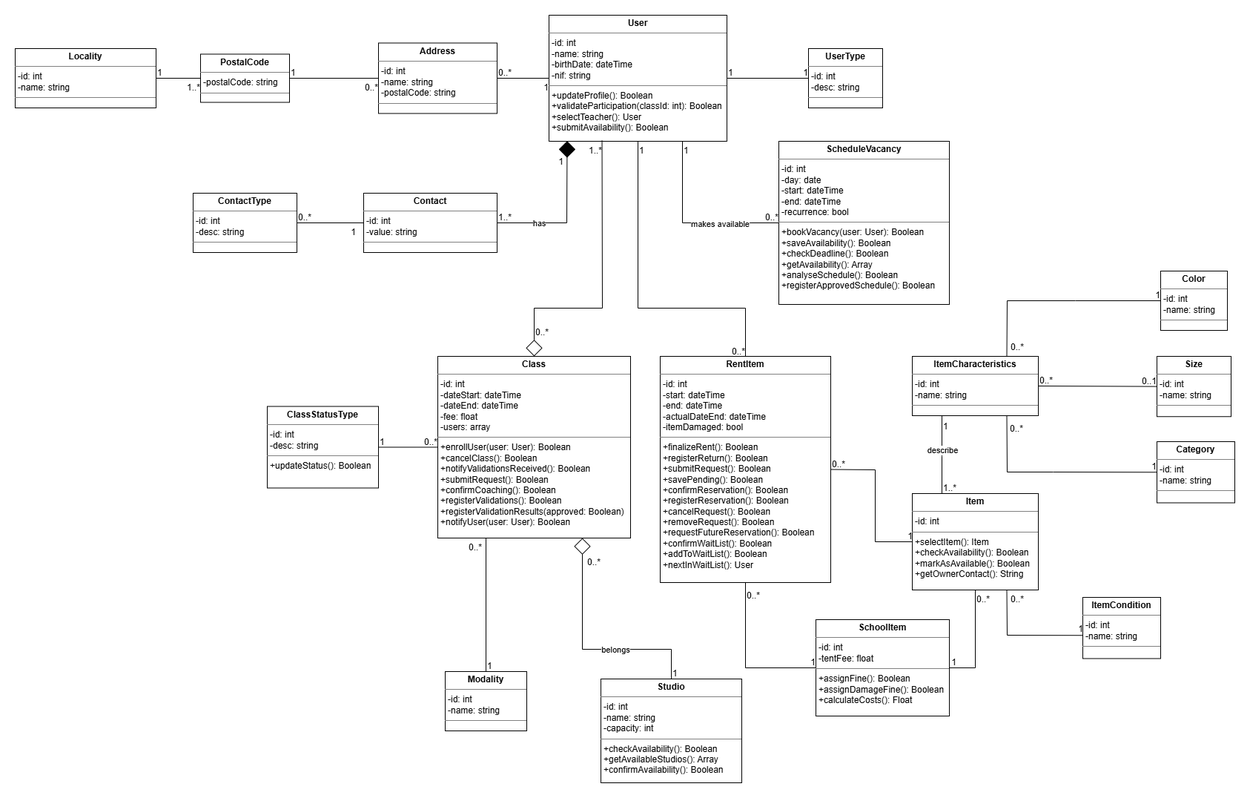
Before: docs/diagrams/class/assets/class.png, a diagram exported from draw.io (nricardoba/lesi-pds-pw-dance-school). Source tidied: cells renumbered, new cells last; positions are measured from the earlier drawing's top-left corner, leaving out a move shared by most shapes.
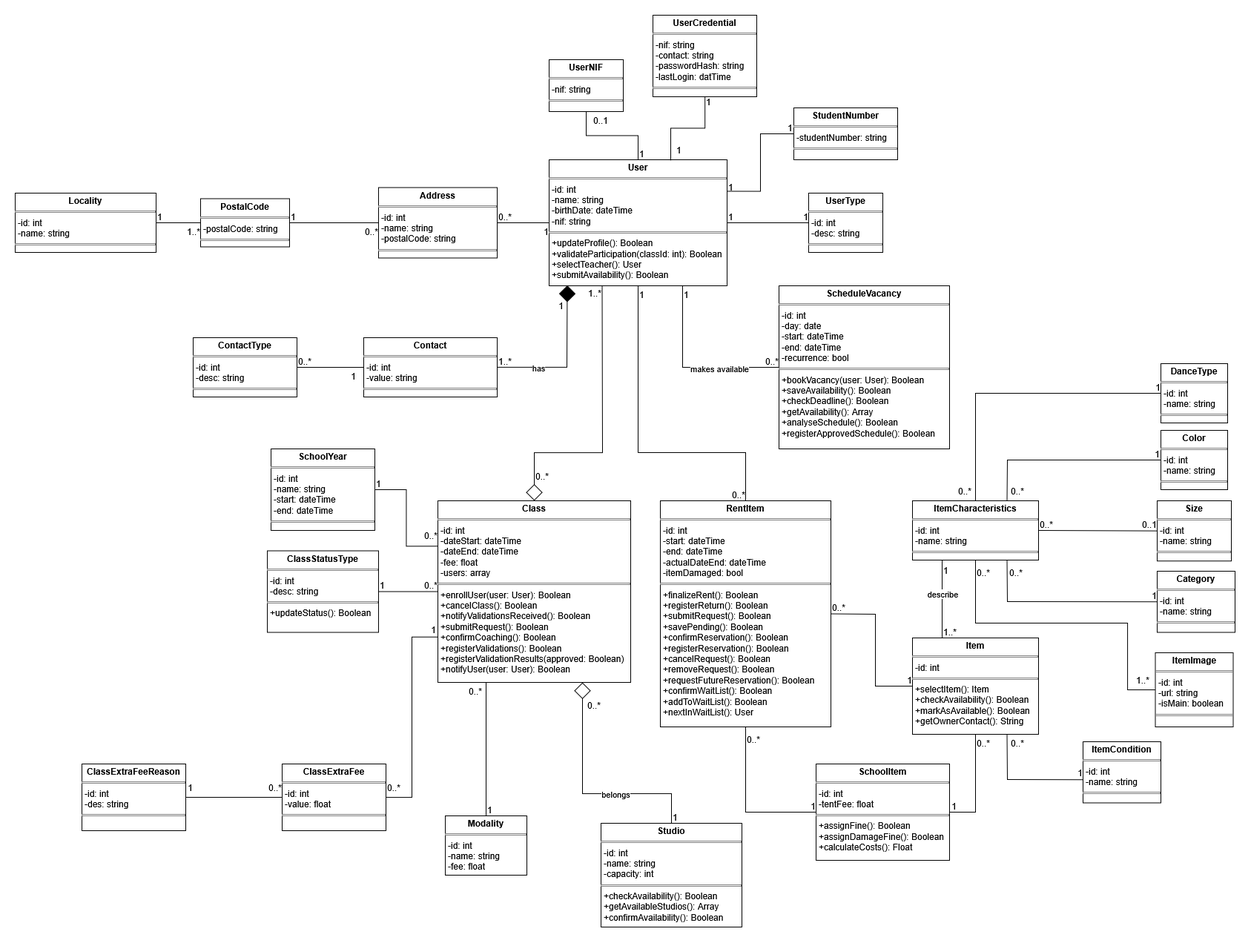
After the change.

Commit message:
Docs: update class diagram

Diff of the diagram source:
```diff
@@ -29,7 +29,7 @@
     <mxCell id="10" value="&lt;p style=&quot;margin:0px;margin-top:4px;text-align:center;&quot;&gt;&lt;b&gt;ScheduleVacancy&lt;/b&gt;&lt;/p&gt;&lt;hr size=&quot;1&quot; style=&quot;border-style:solid;&quot;&gt;&lt;p style=&quot;margin:0px;margin-left:4px;&quot;&gt;-id: int&lt;/p&gt;&lt;p style=&quot;margin:0px;margin-left:4px;&quot;&gt;-day: date&lt;/p&gt;&lt;p style=&quot;margin:0px;margin-left:4px;&quot;&gt;-start: dateTime&lt;/p&gt;&lt;p style=&quot;margin:0px;margin-left:4px;&quot;&gt;-end: dateTime&lt;br&gt;&lt;/p&gt;&lt;p style=&quot;margin:0px;margin-left:4px;&quot;&gt;-recurrence: bool&lt;/p&gt;&lt;hr size=&quot;1&quot; style=&quot;border-style:solid;&quot;&gt;&lt;p style=&quot;margin:0px;margin-left:4px;&quot;&gt;+bookVacancy(user: User): Boolean&lt;br&gt;&lt;/p&gt;&lt;p style=&quot;margin: 0px 0px 0px 4px;&quot;&gt;&lt;span style=&quot;background-color: transparent; color: light-dark(rgb(0, 0, 0), rgb(255, 255, 255));&quot;&gt;+saveAvailability(): Boolean&lt;/span&gt;&lt;/p&gt;&lt;p style=&quot;margin: 0px 0px 0px 4px;&quot;&gt;+checkDeadline(): Boolean&lt;/p&gt;&lt;p style=&quot;margin: 0px 0px 0px 4px;&quot;&gt;+getAvailability(): Array&lt;/p&gt;&lt;p style=&quot;margin: 0px 0px 0px 4px;&quot;&gt;+analyseSchedule(): Boolean&lt;/p&gt;&lt;p style=&quot;margin: 0px 0px 0px 4px;&quot;&gt;+registerApprovedSchedule(): Boolean&lt;/p&gt;" style="verticalAlign=top;align=left;overflow=fill;html=1;whiteSpace=wrap;" parent="1" vertex="1">
       <mxGeometry x="1030" y="170" width="230" height="220" as="geometry" />
     </mxCell>
-    <mxCell id="11" value="&lt;p style=&quot;margin:0px;margin-top:4px;text-align:center;&quot;&gt;&lt;b&gt;Modality&lt;/b&gt;&lt;/p&gt;&lt;hr size=&quot;1&quot; style=&quot;border-style:solid;&quot;&gt;&lt;p style=&quot;margin:0px;margin-left:4px;&quot;&gt;-id: int&lt;/p&gt;&lt;p style=&quot;margin:0px;margin-left:4px;&quot;&gt;-name: string&lt;/p&gt;&lt;hr size=&quot;1&quot; style=&quot;border-style:solid;&quot;&gt;&lt;p style=&quot;margin:0px;margin-left:4px;&quot;&gt;&lt;br&gt;&lt;/p&gt;" style="verticalAlign=top;align=left;overflow=fill;html=1;whiteSpace=wrap;" parent="1" vertex="1">
+    <mxCell id="11" value="&lt;p style=&quot;margin:0px;margin-top:4px;text-align:center;&quot;&gt;&lt;b&gt;Modality&lt;/b&gt;&lt;/p&gt;&lt;hr size=&quot;1&quot; style=&quot;border-style:solid;&quot;&gt;&lt;p style=&quot;margin:0px;margin-left:4px;&quot;&gt;-id: int&lt;/p&gt;&lt;p style=&quot;margin:0px;margin-left:4px;&quot;&gt;-name: string&lt;/p&gt;&lt;p style=&quot;margin:0px;margin-left:4px;&quot;&gt;-fee: float&lt;/p&gt;&lt;hr size=&quot;1&quot; style=&quot;border-style:solid;&quot;&gt;&lt;p style=&quot;margin:0px;margin-left:4px;&quot;&gt;&lt;br&gt;&lt;/p&gt;" style="verticalAlign=top;align=left;overflow=fill;html=1;whiteSpace=wrap;" parent="1" vertex="1">
       <mxGeometry x="580" y="885" width="110" height="80" as="geometry" />
     </mxCell>
     <mxCell id="12" value="&lt;p style=&quot;margin:0px;margin-top:4px;text-align:center;&quot;&gt;&lt;b&gt;ClassStatusType&lt;/b&gt;&lt;/p&gt;&lt;hr size=&quot;1&quot; style=&quot;border-style:solid;&quot;&gt;&lt;p style=&quot;margin:0px;margin-left:4px;&quot;&gt;-id: int&lt;br&gt;-desc: string&lt;br&gt;&lt;/p&gt;&lt;hr size=&quot;1&quot; style=&quot;border-style:solid;&quot;&gt;&lt;p style=&quot;margin:0px;margin-left:4px;&quot;&gt;+updateStatus(): Boolean&lt;/p&gt;" style="verticalAlign=top;align=left;overflow=fill;html=1;whiteSpace=wrap;" parent="1" vertex="1">
@@ -52,10 +52,10 @@
       <mxGeometry x="1210" y="645" width="170" height="130" as="geometry" />
     </mxCell>
     <mxCell id="16" value="&lt;p style=&quot;margin:0px;margin-top:4px;text-align:center;&quot;&gt;&lt;b&gt;Category&lt;/b&gt;&lt;/p&gt;&lt;hr size=&quot;1&quot; style=&quot;border-style:solid;&quot;&gt;&lt;p style=&quot;margin:0px;margin-left:4px;&quot;&gt;-id: int&lt;br&gt;-name: string&lt;br&gt;&lt;/p&gt;&lt;hr size=&quot;1&quot; style=&quot;border-style:solid;&quot;&gt;&lt;p style=&quot;margin:0px;margin-left:4px;&quot;&gt;&lt;br&gt;&lt;/p&gt;" style="verticalAlign=top;align=left;overflow=fill;html=1;whiteSpace=wrap;" parent="1" vertex="1">
-      <mxGeometry x="1540" y="575" width="105" height="82.5" as="geometry" />
+      <mxGeometry x="1540" y="555" width="105" height="82.5" as="geometry" />
     </mxCell>
     <mxCell id="17" value="&lt;p style=&quot;margin:0px;margin-top:4px;text-align:center;&quot;&gt;&lt;b&gt;Color&lt;/b&gt;&lt;/p&gt;&lt;hr size=&quot;1&quot; style=&quot;border-style:solid;&quot;&gt;&lt;p style=&quot;margin:0px;margin-left:4px;&quot;&gt;-id: int&lt;br&gt;-name: string&lt;br&gt;&lt;/p&gt;&lt;hr size=&quot;1&quot; style=&quot;border-style:solid;&quot;&gt;&lt;p style=&quot;margin:0px;margin-left:4px;&quot;&gt;&lt;br&gt;&lt;/p&gt;" style="verticalAlign=top;align=left;overflow=fill;html=1;whiteSpace=wrap;" parent="1" vertex="1">
-      <mxGeometry x="1545" y="345" width="90" height="80" as="geometry" />
+      <mxGeometry x="1545" y="365" width="90" height="80" as="geometry" />
     </mxCell>
     <mxCell id="18" value="&lt;p style=&quot;margin:0px;margin-top:4px;text-align:center;&quot;&gt;&lt;b&gt;RentItem&lt;/b&gt;&lt;/p&gt;&lt;hr size=&quot;1&quot; style=&quot;border-style:solid;&quot;&gt;&lt;p style=&quot;margin:0px;margin-left:4px;&quot;&gt;-id: int&lt;br&gt;-start: dateTime&lt;br&gt;&lt;/p&gt;&lt;p style=&quot;margin:0px;margin-left:4px;&quot;&gt;-end: dateTime&lt;/p&gt;&lt;p style=&quot;margin:0px;margin-left:4px;&quot;&gt;-actualDateEnd: dateTime&lt;/p&gt;&lt;p style=&quot;margin:0px;margin-left:4px;&quot;&gt;-itemDamaged: bool&lt;/p&gt;&lt;hr size=&quot;1&quot; style=&quot;border-style:solid;&quot;&gt;&lt;p style=&quot;margin:0px;margin-left:4px;&quot;&gt;+finalizeRent(): Boolean&lt;/p&gt;&lt;p style=&quot;margin:0px;margin-left:4px;&quot;&gt;+registerReturn(): Boolean&lt;/p&gt;&lt;p style=&quot;margin:0px;margin-left:4px;&quot;&gt;+submitRequest(): Boolean&lt;/p&gt;&lt;p style=&quot;margin:0px;margin-left:4px;&quot;&gt;+savePending(): Boolean&lt;/p&gt;&lt;p style=&quot;margin:0px;margin-left:4px;&quot;&gt;+confirmReservation(): Boolean&lt;/p&gt;&lt;p style=&quot;margin:0px;margin-left:4px;&quot;&gt;+registerReservation(): Boolean&lt;/p&gt;&lt;p style=&quot;margin:0px;margin-left:4px;&quot;&gt;+cancelRequest(): Boolean&lt;/p&gt;&lt;p style=&quot;margin:0px;margin-left:4px;&quot;&gt;+removeRequest(): Boolean&lt;/p&gt;&lt;p style=&quot;margin:0px;margin-left:4px;&quot;&gt;+requestFutureReservation(): Boolean&lt;/p&gt;&lt;p style=&quot;margin:0px;margin-left:4px;&quot;&gt;+confirmWaitList(): Boolean&lt;/p&gt;&lt;p style=&quot;margin:0px;margin-left:4px;&quot;&gt;+addToWaitList(): Boolean&lt;/p&gt;&lt;p style=&quot;margin:0px;margin-left:4px;&quot;&gt;+nextInWaitList(): User&lt;/p&gt;&lt;p style=&quot;margin:0px;margin-left:4px;&quot;&gt;&lt;br&gt;&lt;/p&gt;&lt;p style=&quot;margin:0px;margin-left:4px;&quot;&gt;&lt;br&gt;&lt;/p&gt;" style="verticalAlign=top;align=left;overflow=fill;html=1;whiteSpace=wrap;" parent="1" vertex="1">
       <mxGeometry x="870" y="460" width="230" height="305" as="geometry" />
@@ -224,8 +224,7 @@
     <mxCell id="54" style="endArrow=none;html=1;rounded=0;entryX=0;entryY=0.5;entryDx=0;entryDy=0;exitX=0.75;exitY=0;exitDx=0;exitDy=0;" parent="1" edge="1" source="79" target="17">
       <mxGeometry relative="1" as="geometry">
         <Array as="points">
-          <mxPoint x="1338" y="385" />
-          <mxPoint x="1430" y="385" />
+          <mxPoint x="1338" y="405" />
         </Array>
       </mxGeometry>
     </mxCell>
@@ -249,8 +248,7 @@
     <mxCell id="60" style="endArrow=none;html=1;rounded=0;entryX=0;entryY=0.5;entryDx=0;entryDy=0;exitX=0.75;exitY=1;exitDx=0;exitDy=0;" parent="1" edge="1" source="79" target="16">
       <mxGeometry relative="1" as="geometry">
         <Array as="points">
-          <mxPoint x="1338" y="616" />
-          <mxPoint x="1400" y="616" />
+          <mxPoint x="1338" y="596" />
         </Array>
       </mxGeometry>
     </mxCell>
@@ -351,5 +349,109 @@
     <mxCell id="85" value="1" style="html=1;whiteSpace=wrap;align=right;verticalAlign=bottom;dashed=1;" parent="1" vertex="1">
       <mxGeometry x="740" y="205" as="geometry" />
     </mxCell>
+    <mxCell id="86" style="edgeStyle=orthogonalEdgeStyle;rounded=0;jettySize=auto;html=1;entryX=1;entryY=0.25;entryDx=0;entryDy=0;shape=wire;endArrow=none;endFill=0;" parent="1" edge="1" source="87" target="4">
+      <mxGeometry relative="1" as="geometry" />
+    </mxCell>
+    <mxCell id="87" value="&lt;p style=&quot;margin:0px;margin-top:4px;text-align:center;&quot;&gt;&lt;b&gt;StudentNumber&lt;/b&gt;&lt;/p&gt;&lt;hr size=&quot;1&quot; style=&quot;border-style:solid;&quot;&gt;&lt;p style=&quot;margin:0px;margin-left:4px;&quot;&gt;-studentNumber: string&lt;/p&gt;&lt;hr size=&quot;1&quot; style=&quot;border-style:solid;&quot;&gt;&lt;p style=&quot;margin:0px;margin-left:4px;&quot;&gt;&lt;br&gt;&lt;/p&gt;" style="verticalAlign=top;align=left;overflow=fill;html=1;whiteSpace=wrap;" parent="1" vertex="1">
+      <mxGeometry x="1050" y="-70" width="140" height="70" as="geometry" />
+    </mxCell>
+    <mxCell id="88" value="1" style="html=1;whiteSpace=wrap;align=left;verticalAlign=bottom;dashed=1;" parent="1" vertex="1">
+      <mxGeometry x="960" y="45" as="geometry" />
+    </mxCell>
+    <mxCell id="89" value="1" style="html=1;whiteSpace=wrap;align=left;verticalAlign=bottom;dashed=1;" parent="1" vertex="1">
+      <mxGeometry x="1040" y="-35" as="geometry" />
+    </mxCell>
+    <mxCell id="90" style="edgeStyle=orthogonalEdgeStyle;rounded=0;jettySize=auto;html=1;endArrow=none;endFill=0;" parent="1" edge="1" source="91" target="4">
+      <mxGeometry relative="1" as="geometry" />
+    </mxCell>
+    <mxCell id="91" value="&lt;p style=&quot;margin:0px;margin-top:4px;text-align:center;&quot;&gt;&lt;b&gt;UserNIF&lt;/b&gt;&lt;/p&gt;&lt;hr size=&quot;1&quot; style=&quot;border-style:solid;&quot;&gt;&lt;p style=&quot;margin:0px;margin-left:4px;&quot;&gt;-nif: string&lt;br&gt;&lt;/p&gt;&lt;hr size=&quot;1&quot; style=&quot;border-style:solid;&quot;&gt;&lt;p style=&quot;margin:0px;margin-left:4px;&quot;&gt;&lt;br&gt;&lt;/p&gt;" style="verticalAlign=top;align=left;overflow=fill;html=1;whiteSpace=wrap;" parent="1" vertex="1">
+      <mxGeometry x="720" y="-135" width="100" height="70" as="geometry" />
+    </mxCell>
+    <mxCell id="92" value="0..1" style="html=1;whiteSpace=wrap;align=right;verticalAlign=bottom;dashed=1;" parent="1" vertex="1">
+      <mxGeometry x="800" y="-45" as="geometry" />
+    </mxCell>
+    <mxCell id="93" value="1" style="html=1;whiteSpace=wrap;align=left;verticalAlign=bottom;dashed=1;" parent="1" vertex="1">
+      <mxGeometry x="840" as="geometry" />
+    </mxCell>
+    <mxCell id="94" style="edgeStyle=orthogonalEdgeStyle;rounded=0;jettySize=auto;html=1;entryX=0.5;entryY=0;entryDx=0;entryDy=0;endArrow=none;endFill=0;" parent="1" edge="1" source="95" target="79">
+      <mxGeometry relative="1" as="geometry" />
+    </mxCell>
+    <mxCell id="95" value="&lt;p style=&quot;margin:0px;margin-top:4px;text-align:center;&quot;&gt;&lt;b&gt;DanceType&lt;/b&gt;&lt;/p&gt;&lt;hr size=&quot;1&quot; style=&quot;border-style:solid;&quot;&gt;&lt;p style=&quot;margin:0px;margin-left:4px;&quot;&gt;-id: int&lt;br&gt;-name: string&lt;br&gt;&lt;/p&gt;&lt;hr size=&quot;1&quot; style=&quot;border-style:solid;&quot;&gt;&lt;p style=&quot;margin:0px;margin-left:4px;&quot;&gt;&lt;br&gt;&lt;/p&gt;" style="verticalAlign=top;align=left;overflow=fill;html=1;whiteSpace=wrap;" parent="1" vertex="1">
+      <mxGeometry x="1545" y="275" width="90" height="80" as="geometry" />
+    </mxCell>
+    <mxCell id="96" value="1" style="html=1;whiteSpace=wrap;align=right;verticalAlign=bottom;dashed=1;" parent="1" vertex="1">
+      <mxGeometry x="1545" y="315" as="geometry" />
+    </mxCell>
+    <mxCell id="97" value="0..*" style="html=1;whiteSpace=wrap;align=left;verticalAlign=bottom;dashed=1;" parent="1" vertex="1">
+      <mxGeometry x="1270" y="455" as="geometry" />
+    </mxCell>
+    <mxCell id="98" style="edgeStyle=orthogonalEdgeStyle;rounded=0;jettySize=auto;html=1;entryX=0.5;entryY=1;entryDx=0;entryDy=0;endArrow=none;endFill=0;" parent="1" edge="1" source="99" target="79">
+      <mxGeometry relative="1" as="geometry">
+        <Array as="points">
+          <mxPoint x="1500" y="715" />
+          <mxPoint x="1500" y="625" />
+          <mxPoint x="1295" y="625" />
+        </Array>
+      </mxGeometry>
+    </mxCell>
+    <mxCell id="99" value="&lt;p style=&quot;margin:0px;margin-top:4px;text-align:center;&quot;&gt;&lt;b&gt;ItemImage&lt;/b&gt;&lt;/p&gt;&lt;hr size=&quot;1&quot; style=&quot;border-style:solid;&quot;&gt;&lt;p style=&quot;margin:0px;margin-left:4px;&quot;&gt;-id: int&lt;br&gt;-url: string&lt;/p&gt;&lt;p style=&quot;margin:0px;margin-left:4px;&quot;&gt;-isMain: boolean&lt;/p&gt;&lt;hr size=&quot;1&quot; style=&quot;border-style:solid;&quot;&gt;&lt;p style=&quot;margin:0px;margin-left:4px;&quot;&gt;&lt;br&gt;&lt;/p&gt;" style="verticalAlign=top;align=left;overflow=fill;html=1;whiteSpace=wrap;" parent="1" vertex="1">
+      <mxGeometry x="1537.5" y="665" width="105" height="100" as="geometry" />
+    </mxCell>
+    <mxCell id="100" value="1..*" style="html=1;whiteSpace=wrap;align=left;verticalAlign=bottom;dashed=1;direction=south;" parent="1" vertex="1">
+      <mxGeometry x="1510" y="710" as="geometry" />
+    </mxCell>
+    <mxCell id="101" value="0..*" style="html=1;whiteSpace=wrap;align=left;verticalAlign=bottom;dashed=1;" parent="1" vertex="1">
+      <mxGeometry x="1295" y="565" as="geometry" />
+    </mxCell>
+    <mxCell id="102" style="edgeStyle=orthogonalEdgeStyle;rounded=0;jettySize=auto;html=1;entryX=0;entryY=0.25;entryDx=0;entryDy=0;endArrow=none;endFill=0;" parent="1" edge="1" source="103" target="3">
+      <mxGeometry relative="1" as="geometry" />
+    </mxCell>
+    <mxCell id="103" value="&lt;p style=&quot;margin:0px;margin-top:4px;text-align:center;&quot;&gt;&lt;b&gt;SchoolYear&lt;/b&gt;&lt;/p&gt;&lt;hr size=&quot;1&quot; style=&quot;border-style:solid;&quot;&gt;&lt;p style=&quot;margin:0px;margin-left:4px;&quot;&gt;-id: int&lt;br&gt;&lt;/p&gt;&lt;p style=&quot;margin:0px;margin-left:4px;&quot;&gt;-name: string&lt;/p&gt;&lt;p style=&quot;margin:0px;margin-left:4px;&quot;&gt;-start: dateTime&lt;/p&gt;&lt;p style=&quot;margin:0px;margin-left:4px;&quot;&gt;-end: dateTime&lt;/p&gt;&lt;hr size=&quot;1&quot; style=&quot;border-style:solid;&quot;&gt;&lt;p style=&quot;margin:0px;margin-left:4px;&quot;&gt;&lt;br&gt;&lt;/p&gt;" style="verticalAlign=top;align=left;overflow=fill;html=1;whiteSpace=wrap;" parent="1" vertex="1">
+      <mxGeometry x="345" y="390" width="140" height="110" as="geometry" />
+    </mxCell>
+    <mxCell id="104" value="1" style="html=1;whiteSpace=wrap;align=left;verticalAlign=bottom;dashed=1;" parent="1" vertex="1">
+      <mxGeometry x="485" y="445" as="geometry" />
+    </mxCell>
+    <mxCell id="105" value="0..*" style="html=1;whiteSpace=wrap;align=right;verticalAlign=bottom;dashed=1;" parent="1" vertex="1">
+      <mxGeometry x="570" y="515" as="geometry" />
+    </mxCell>
+    <mxCell id="106" value="&lt;p style=&quot;margin:0px;margin-top:4px;text-align:center;&quot;&gt;&lt;b&gt;UserCredential&lt;/b&gt;&lt;/p&gt;&lt;hr size=&quot;1&quot; style=&quot;border-style:solid;&quot;&gt;&lt;p style=&quot;margin:0px;margin-left:4px;&quot;&gt;-nif: string&lt;/p&gt;&lt;p style=&quot;margin:0px;margin-left:4px;&quot;&gt;-contact: string&lt;/p&gt;&lt;p style=&quot;margin:0px;margin-left:4px;&quot;&gt;-passwordHash: string&lt;/p&gt;&lt;p style=&quot;margin:0px;margin-left:4px;&quot;&gt;-lastLogin: datTime&lt;/p&gt;&lt;hr size=&quot;1&quot; style=&quot;border-style:solid;&quot;&gt;&lt;p style=&quot;margin:0px;margin-left:4px;&quot;&gt;&lt;br&gt;&lt;/p&gt;" style="verticalAlign=top;align=left;overflow=fill;html=1;whiteSpace=wrap;" parent="1" vertex="1">
+      <mxGeometry x="860" y="-195" width="140" height="110" as="geometry" />
+    </mxCell>
+    <mxCell id="107" style="edgeStyle=orthogonalEdgeStyle;rounded=0;jettySize=auto;html=1;endArrow=none;endFill=0;entryX=0.683;entryY=0.005;entryDx=0;entryDy=0;entryPerimeter=0;" parent="1" edge="1" source="106" target="4">
+      <mxGeometry relative="1" as="geometry" />
+    </mxCell>
+    <mxCell id="108" value="1" style="html=1;whiteSpace=wrap;align=left;verticalAlign=bottom;dashed=1;" parent="1" vertex="1">
+      <mxGeometry x="930" y="-70" as="geometry" />
+    </mxCell>
+    <mxCell id="109" value="1" style="html=1;whiteSpace=wrap;align=left;verticalAlign=bottom;dashed=1;" parent="1" vertex="1">
+      <mxGeometry x="890" y="-5" as="geometry" />
+    </mxCell>
+    <mxCell id="110" style="edgeStyle=orthogonalEdgeStyle;rounded=0;jettySize=auto;html=1;entryX=0;entryY=0.75;entryDx=0;entryDy=0;endArrow=none;endFill=0;" parent="1" edge="1" source="111" target="3">
+      <mxGeometry relative="1" as="geometry" />
+    </mxCell>
+    <mxCell id="111" value="&lt;p style=&quot;margin:0px;margin-top:4px;text-align:center;&quot;&gt;&lt;b&gt;ClassExtraFee&lt;/b&gt;&lt;/p&gt;&lt;hr size=&quot;1&quot; style=&quot;border-style:solid;&quot;&gt;&lt;p style=&quot;margin:0px;margin-left:4px;&quot;&gt;-id: int&lt;br&gt;&lt;/p&gt;&lt;p style=&quot;margin:0px;margin-left:4px;&quot;&gt;-value: float&lt;/p&gt;&lt;hr size=&quot;1&quot; style=&quot;border-style:solid;&quot;&gt;&lt;p style=&quot;margin:0px;margin-left:4px;&quot;&gt;&lt;br&gt;&lt;/p&gt;" style="verticalAlign=top;align=left;overflow=fill;html=1;whiteSpace=wrap;" parent="1" vertex="1">
+      <mxGeometry x="360" y="815" width="140" height="90" as="geometry" />
+    </mxCell>
+    <mxCell id="112" style="edgeStyle=orthogonalEdgeStyle;rounded=0;jettySize=auto;html=1;endArrow=none;endFill=0;" parent="1" edge="1" source="113" target="111">
+      <mxGeometry relative="1" as="geometry" />
+    </mxCell>
+    <mxCell id="113" value="&lt;p style=&quot;margin:0px;margin-top:4px;text-align:center;&quot;&gt;&lt;b&gt;ClassExtraFeeReason&lt;/b&gt;&lt;/p&gt;&lt;hr size=&quot;1&quot; style=&quot;border-style:solid;&quot;&gt;&lt;p style=&quot;margin:0px;margin-left:4px;&quot;&gt;-id: int&lt;br&gt;&lt;/p&gt;&lt;p style=&quot;margin:0px;margin-left:4px;&quot;&gt;-des: string&lt;/p&gt;&lt;hr size=&quot;1&quot; style=&quot;border-style:solid;&quot;&gt;&lt;p style=&quot;margin:0px;margin-left:4px;&quot;&gt;&lt;br&gt;&lt;/p&gt;" style="verticalAlign=top;align=left;overflow=fill;html=1;whiteSpace=wrap;" parent="1" vertex="1">
+      <mxGeometry x="90" y="815" width="140" height="90" as="geometry" />
+    </mxCell>
+    <mxCell id="114" value="0..*" style="html=1;whiteSpace=wrap;align=left;verticalAlign=bottom;dashed=1;" parent="1" vertex="1">
+      <mxGeometry x="340" y="855" as="geometry" />
+    </mxCell>
+    <mxCell id="115" value="1" style="html=1;whiteSpace=wrap;align=right;verticalAlign=bottom;dashed=1;" parent="1" vertex="1">
+      <mxGeometry x="240" y="855" as="geometry" />
+    </mxCell>
+    <mxCell id="116" value="0..*" style="html=1;whiteSpace=wrap;align=right;verticalAlign=bottom;dashed=1;" parent="1" vertex="1">
+      <mxGeometry x="520" y="855" as="geometry" />
+    </mxCell>
+    <mxCell id="117" value="1" style="html=1;whiteSpace=wrap;align=right;verticalAlign=bottom;dashed=1;" parent="1" vertex="1">
+      <mxGeometry x="570" y="637.5" as="geometry">
+        <mxPoint x="-2" y="5" as="offset" />
+      </mxGeometry>
+    </mxCell>
   </root>
 </mxGraphModel>
```
